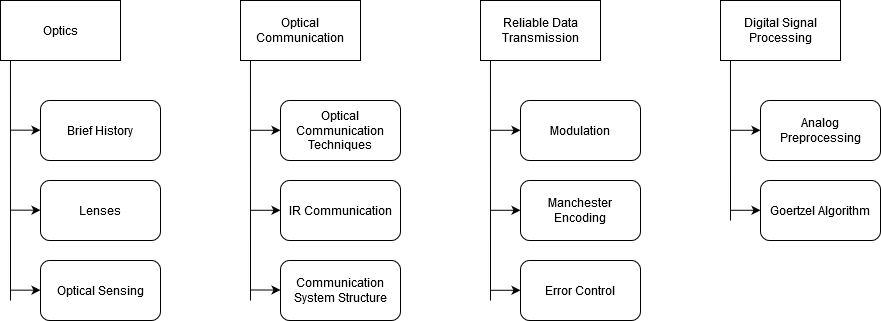
Before: figures/litreview/litreview_overview.png, a diagram exported from draw.io (wylieza/thesis). Source tidied: cells renumbered, new cells last; positions are measured from the earlier drawing's top-left corner, leaving out a move shared by most shapes.
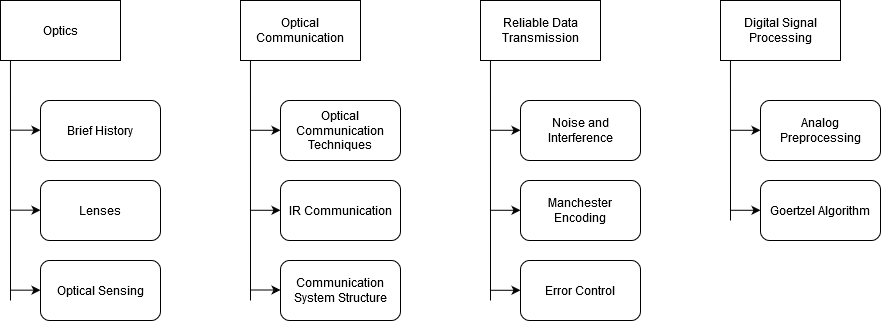
After the change.

Diff of the diagram source:
```diff
@@ -26,7 +26,7 @@
     <mxCell id="9" value="IR Communication" style="rounded=1;whiteSpace=wrap;html=1;" parent="1" vertex="1">
       <mxGeometry x="280" y="180" width="120" height="60" as="geometry" />
     </mxCell>
-    <mxCell id="10" value="Modulation" style="rounded=1;whiteSpace=wrap;html=1;" parent="1" vertex="1">
+    <mxCell id="10" value="Noise and Interference" style="rounded=1;whiteSpace=wrap;html=1;" parent="1" vertex="1">
       <mxGeometry x="520" y="100" width="120" height="60" as="geometry" />
     </mxCell>
     <mxCell id="11" value="Manchester Encoding" style="rounded=1;whiteSpace=wrap;html=1;" parent="1" vertex="1">
```
